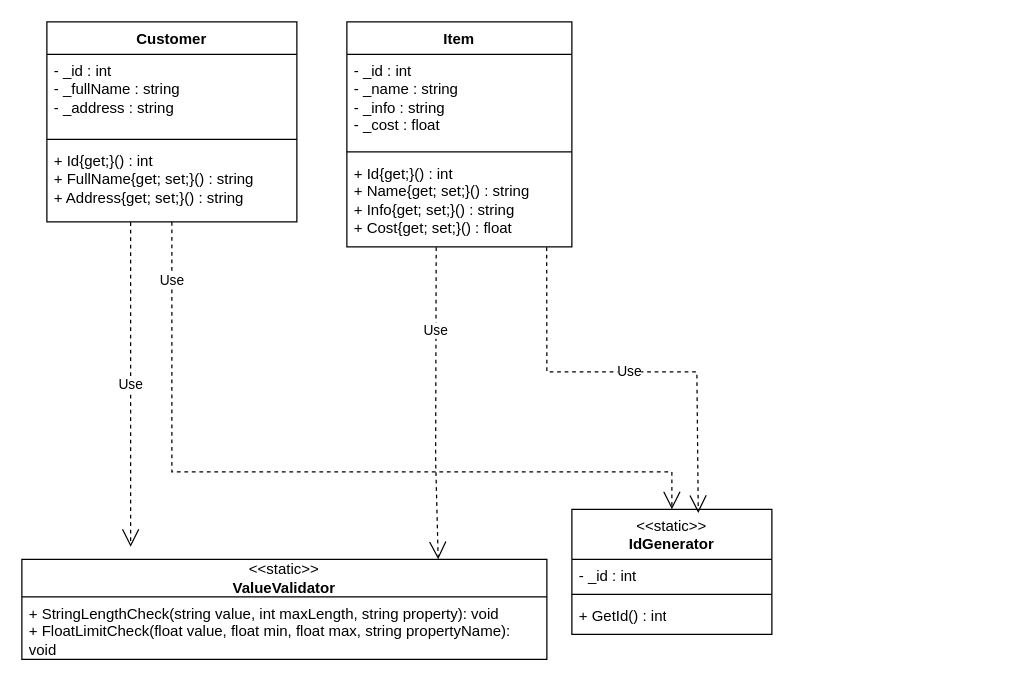
The draw.io diagram oop-winform/Diagram.drawio in antoniocra04/oop-winform, before the edit. Source tidied: cells renumbered, new cells numbered last; positions are measured from the earlier drawing's top-left corner, leaving out a move shared by most shapes. Both pictures are drawn from the tidied source at 125%, with x=0, y=0 at pixel (21, 21).
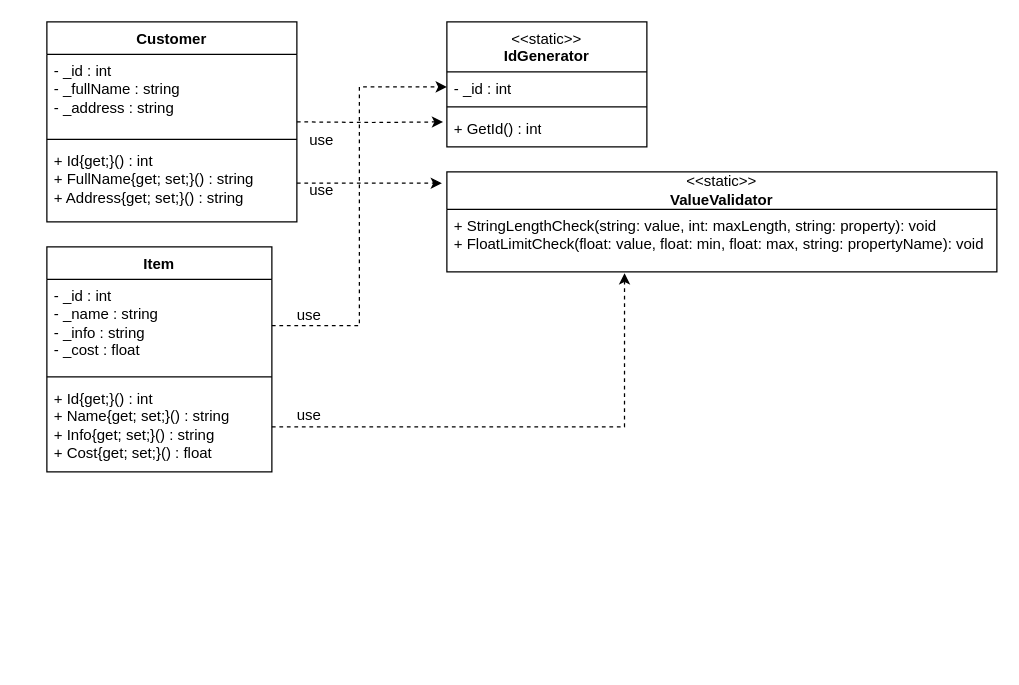
After the change.

The change refers to these unchanged cells:
```xml
<mxCell id="2" value="Customer" style="swimlane;fontStyle=1;align=center;verticalAlign=top;horizontal=1;startSize=26;whiteSpace=wrap;html=1;" parent="1" vertex="1">
  <mxGeometry x="20" width="200" height="160" as="geometry" />
</mxCell>
<mxCell id="5" value="+ Id{get;}() : int&lt;br&gt;+ FullName{get; set;}() : string&lt;br&gt;+ Address{get; set;}() : string" style="text;strokeColor=none;fillColor=none;align=left;verticalAlign=top;spacingLeft=4;spacingRight=4;overflow=hidden;points=[[0,0.5],[1,0.5]];portConstraint=eastwest;whiteSpace=wrap;html=1;" parent="2" vertex="1">
  <mxGeometry y="98" width="200" height="62" as="geometry" />
</mxCell>
<mxCell id="7" value="- _id : int&lt;br&gt;- _name : string&lt;br&gt;- _info : string&lt;br&gt;- _cost : float" style="text;strokeColor=none;fillColor=none;align=left;verticalAlign=top;spacingLeft=4;spacingRight=4;overflow=hidden;points=[[0,0.5],[1,0.5]];portConstraint=eastwest;whiteSpace=wrap;html=1;" parent="6" vertex="1">
  <mxGeometry y="26" width="180" height="74" as="geometry" />
</mxCell>
<mxCell id="9" value="+ Id{get;}() : int&lt;br&gt;+ Name{get; set;}() : string&lt;br&gt;+ Info{get; set;}() : string&lt;br&gt;+ Cost{get; set;}() : float" style="text;strokeColor=none;fillColor=none;align=left;verticalAlign=top;spacingLeft=4;spacingRight=4;overflow=hidden;points=[[0,0.5],[1,0.5]];portConstraint=eastwest;whiteSpace=wrap;html=1;" parent="6" vertex="1">
  <mxGeometry y="108" width="180" height="72" as="geometry" />
</mxCell>
<mxCell id="11" value="- _id : int" style="text;strokeColor=none;fillColor=none;align=left;verticalAlign=top;spacingLeft=4;spacingRight=4;overflow=hidden;points=[[0,0.5],[1,0.5]];portConstraint=eastwest;whiteSpace=wrap;html=1;" parent="10" vertex="1">
  <mxGeometry y="40" width="160" height="24" as="geometry" />
</mxCell>
<mxCell id="13" value="+ GetId() : int" style="text;strokeColor=none;fillColor=none;align=left;verticalAlign=top;spacingLeft=4;spacingRight=4;overflow=hidden;points=[[0,0.5],[1,0.5]];portConstraint=eastwest;whiteSpace=wrap;html=1;" parent="10" vertex="1">
  <mxGeometry y="72" width="160" height="28" as="geometry" />
</mxCell>
```

What changed in the source:
```diff
@@
     <mxCell id="6" value="Item" style="swimlane;fontStyle=1;align=center;verticalAlign=top;horizontal=1;startSize=26;whiteSpace=wrap;html=1;" parent="1" vertex="1">
-      <mxGeometry x="260" width="180" height="180" as="geometry" />
+      <mxGeometry x="20" y="180" width="180" height="180" as="geometry" />
     </mxCell>
@@
     <mxCell id="10" value="&lt;span style=&quot;font-weight: normal;&quot;&gt;&amp;lt;&amp;lt;static&amp;gt;&amp;gt;&lt;/span&gt;&lt;br&gt;IdGenerator" style="swimlane;fontStyle=1;align=center;verticalAlign=top;horizontal=1;startSize=40;whiteSpace=wrap;html=1;" parent="1" vertex="1">
-      <mxGeometry x="440" y="390" width="160" height="100" as="geometry" />
+      <mxGeometry x="340" width="160" height="100" as="geometry" />
     </mxCell>
@@
     <mxCell id="14" value="&amp;lt;&amp;lt;static&amp;gt;&amp;gt;&lt;br&gt;&lt;b&gt;ValueValidator&lt;/b&gt;" style="swimlane;fontStyle=0;horizontal=1;startSize=30;fillColor=none;whiteSpace=wrap;html=1;" parent="1" vertex="1">
-      <mxGeometry y="430" width="420" height="80" as="geometry" />
+      <mxGeometry x="340" y="120" width="440" height="80" as="geometry" />
     </mxCell>
-    <mxCell id="15" value="&lt;div&gt;+ StringLengthCheck(string value, int maxLength, string property): void&lt;br&gt;&lt;/div&gt;&lt;div&gt;+ FloatLimitCheck(float value, float min, float max, string propertyName): void&lt;br&gt;&lt;/div&gt;" style="text;strokeColor=none;fillColor=none;align=left;verticalAlign=top;spacingLeft=4;spacingRight=4;overflow=hidden;points=[[0,0.5],[1,0.5]];portConstraint=eastwest;whiteSpace=wrap;html=1;" parent="14" vertex="1">
-      <mxGeometry y="30" width="420" height="50" as="geometry" />
+    <mxCell id="15" value="&lt;div&gt;+ StringLengthCheck(string: value, int: maxLength, string: property): void&lt;br&gt;&lt;/div&gt;&lt;div&gt;+ FloatLimitCheck(float: value, float: min, float: max, string: propertyName): void&lt;br&gt;&lt;/div&gt;" style="text;strokeColor=none;fillColor=none;align=left;verticalAlign=top;spacingLeft=4;spacingRight=4;overflow=hidden;points=[[0,0.5],[1,0.5]];portConstraint=eastwest;whiteSpace=wrap;html=1;" parent="14" vertex="1">
+      <mxGeometry y="30" width="440" height="50" as="geometry" />
     </mxCell>
-    <mxCell id="16" value="Use" style="endArrow=open;endSize=12;dashed=1;html=1;rounded=0;exitX=0.335;exitY=1.004;exitDx=0;exitDy=0;exitPerimeter=0;" parent="1" edge="1" source="5">
-      <mxGeometry relative="1" as="geometry">
-        <mxPoint x="87" y="420" as="targetPoint" />
-      </mxGeometry>
-    </mxCell>
-    <mxCell id="17" value="Use" style="endArrow=open;endSize=12;dashed=1;html=1;rounded=0;exitX=0.397;exitY=1.003;exitDx=0;exitDy=0;exitPerimeter=0;entryX=0.793;entryY=0;entryDx=0;entryDy=0;entryPerimeter=0;" parent="1" edge="1" source="9" target="14">
-      <mxGeometry x="-0.46" relative="1" as="geometry">
-        <Array as="points">
-          <mxPoint x="331" y="350" />
-        </Array>
-      </mxGeometry>
-    </mxCell>
-    <mxCell id="18" value="Use" style="endArrow=open;endSize=12;dashed=1;html=1;rounded=0;exitX=0.5;exitY=1;exitDx=0;exitDy=0;entryX=0.5;entryY=0;entryDx=0;entryDy=0;" parent="1" edge="1" source="2" target="10">
-      <mxGeometry x="-0.85" relative="1" as="geometry">
-        <Array as="points">
-          <mxPoint x="120" y="360" />
-          <mxPoint x="520" y="360" />
-        </Array>
-      </mxGeometry>
-    </mxCell>
-    <mxCell id="19" value="Use" style="endArrow=open;endSize=12;dashed=1;html=1;rounded=0;exitX=0.888;exitY=1.003;exitDx=0;exitDy=0;entryX=0.632;entryY=0.029;entryDx=0;entryDy=0;exitPerimeter=0;entryPerimeter=0;" parent="1" edge="1" source="9" target="10">
-      <mxGeometry relative="1" as="geometry">
-        <Array as="points">
-          <mxPoint x="420" y="280" />
-          <mxPoint x="540" y="280" />
-        </Array>
-      </mxGeometry>
-    </mxCell>
+    <mxCell id="20" style="edgeStyle=orthogonalEdgeStyle;rounded=0;jettySize=auto;html=1;entryX=-0.019;entryY=0.286;entryDx=0;entryDy=0;entryPerimeter=0;dashed=1;" parent="1" edge="1" target="13">
+      <mxGeometry relative="1" as="geometry">
+        <mxPoint x="220" y="80" as="sourcePoint" />
+      </mxGeometry>
+    </mxCell>
+    <mxCell id="21" style="edgeStyle=orthogonalEdgeStyle;rounded=0;jettySize=auto;html=1;entryX=-0.009;entryY=0.113;entryDx=0;entryDy=0;entryPerimeter=0;dashed=1;" parent="1" edge="1" source="5" target="14">
+      <mxGeometry relative="1" as="geometry" />
+    </mxCell>
+    <mxCell id="22" style="edgeStyle=orthogonalEdgeStyle;rounded=0;jettySize=auto;html=1;entryX=0.323;entryY=1.02;entryDx=0;entryDy=0;entryPerimeter=0;dashed=1;" parent="1" edge="1" source="9" target="15">
+      <mxGeometry relative="1" as="geometry" />
+    </mxCell>
+    <mxCell id="23" style="edgeStyle=orthogonalEdgeStyle;rounded=0;jettySize=auto;html=1;entryX=0;entryY=0.5;entryDx=0;entryDy=0;dashed=1;" parent="1" edge="1" source="7" target="11">
+      <mxGeometry relative="1" as="geometry" />
+    </mxCell>
+    <mxCell id="24" value="use" style="text;html=1;align=center;verticalAlign=middle;whiteSpace=wrap;rounded=0;" parent="1" vertex="1">
+      <mxGeometry x="200" y="220" width="60" height="30" as="geometry" />
+    </mxCell>
+    <mxCell id="25" value="use" style="text;html=1;align=center;verticalAlign=middle;whiteSpace=wrap;rounded=0;" parent="1" vertex="1">
+      <mxGeometry x="200" y="300" width="60" height="30" as="geometry" />
+    </mxCell>
+    <mxCell id="26" value="use" style="text;html=1;align=center;verticalAlign=middle;whiteSpace=wrap;rounded=0;" parent="1" vertex="1">
+      <mxGeometry x="210" y="80" width="60" height="30" as="geometry" />
+    </mxCell>
+    <mxCell id="27" value="use" style="text;html=1;align=center;verticalAlign=middle;whiteSpace=wrap;rounded=0;" parent="1" vertex="1">
+      <mxGeometry x="210" y="120" width="60" height="30" as="geometry" />
+    </mxCell>
```
